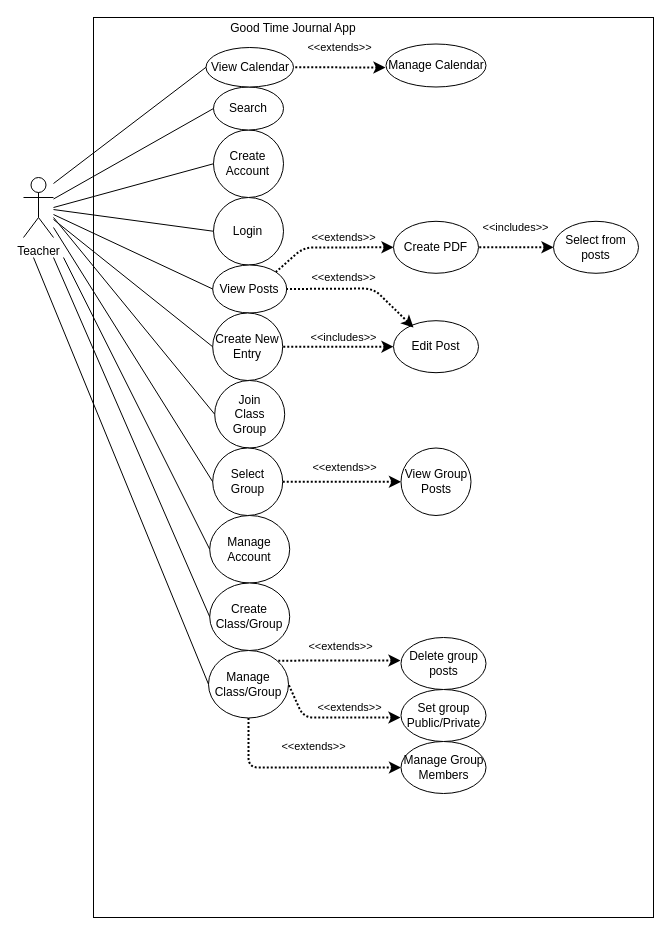
Above: TeacherUseCase.drawio in VadathHeilsang/430DreamTeam (draw.io), before the change. Source tidied: cells renumbered, new cells numbered last; positions are measured from the earlier drawing's top-left corner, leaving out a move shared by most shapes. Both pictures are drawn from the tidied source at 100%, with x=0, y=0 at pixel (23, 17).
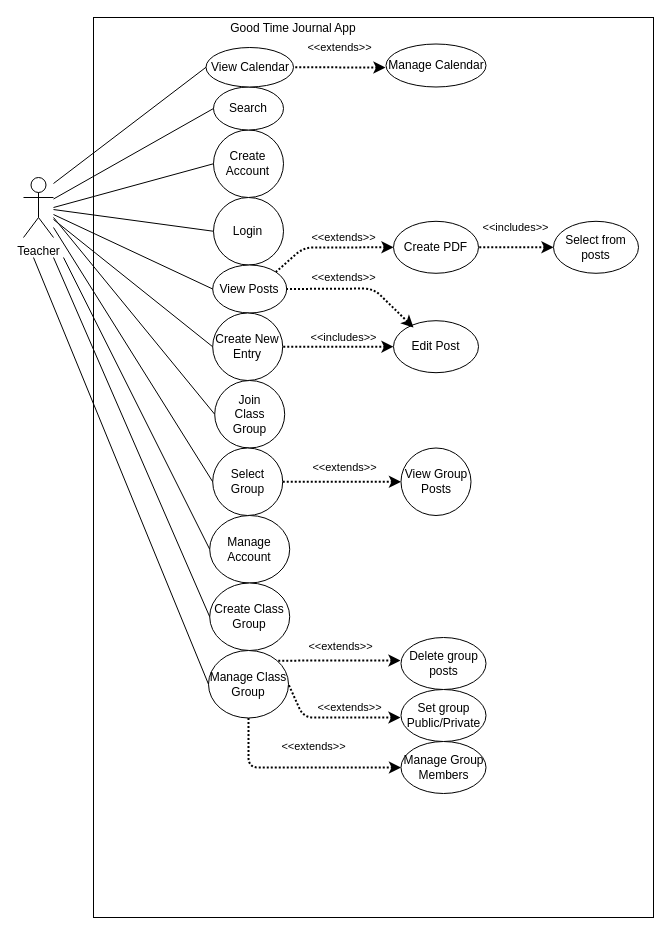
After the change.

Commit message:
Removed the "/" in "Class/Group" in some Use Cases

Unchanged cells that the change refers to:
```xml
<mxCell id="3" style="group;" parent="2" vertex="1">
  <mxGeometry x="-150" y="-100" width="560" height="900" as="geometry" />
</mxCell>
```

Change to the diagram source:
```diff
@@
-    <mxCell id="22" value="Create Class/Group" style="ellipse;whiteSpace=wrap;html=1;" parent="3" vertex="1">
+    <mxCell id="22" value="Create Class Group" style="ellipse;whiteSpace=wrap;html=1;" parent="3" vertex="1">
       <mxGeometry x="116.2" y="565.5" width="80" height="67.5" as="geometry" />
     </mxCell>
-    <mxCell id="23" value="Manage Class/Group" style="ellipse;whiteSpace=wrap;html=1;" parent="3" vertex="1">
+    <mxCell id="23" value="Manage Class Group" style="ellipse;whiteSpace=wrap;html=1;" parent="3" vertex="1">
       <mxGeometry x="115" y="633" width="80" height="67.5" as="geometry" />
     </mxCell>
```
